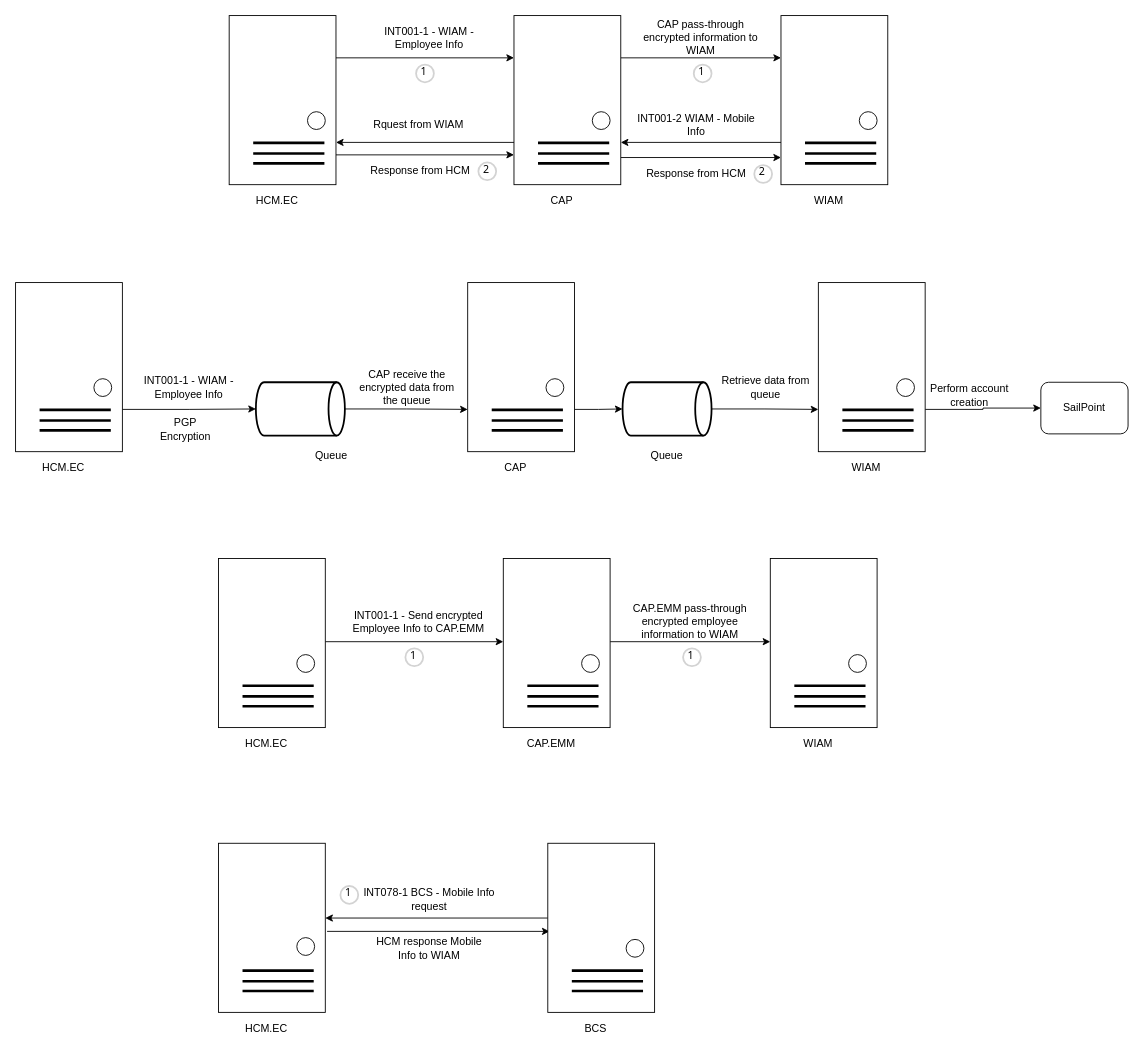
This is page "INT001-1" (2 of 21) of Untitled Diagram.drawio from wsxad234/flowchart, a draw.io file, before an edit. Source tidied: cells renumbered, new cells numbered last; positions are measured from the earlier drawing's top-left corner, leaving out a move shared by most shapes. Both pictures are drawn from the tidied source at 89%, with x=0, y=0 at pixel (15, 15).
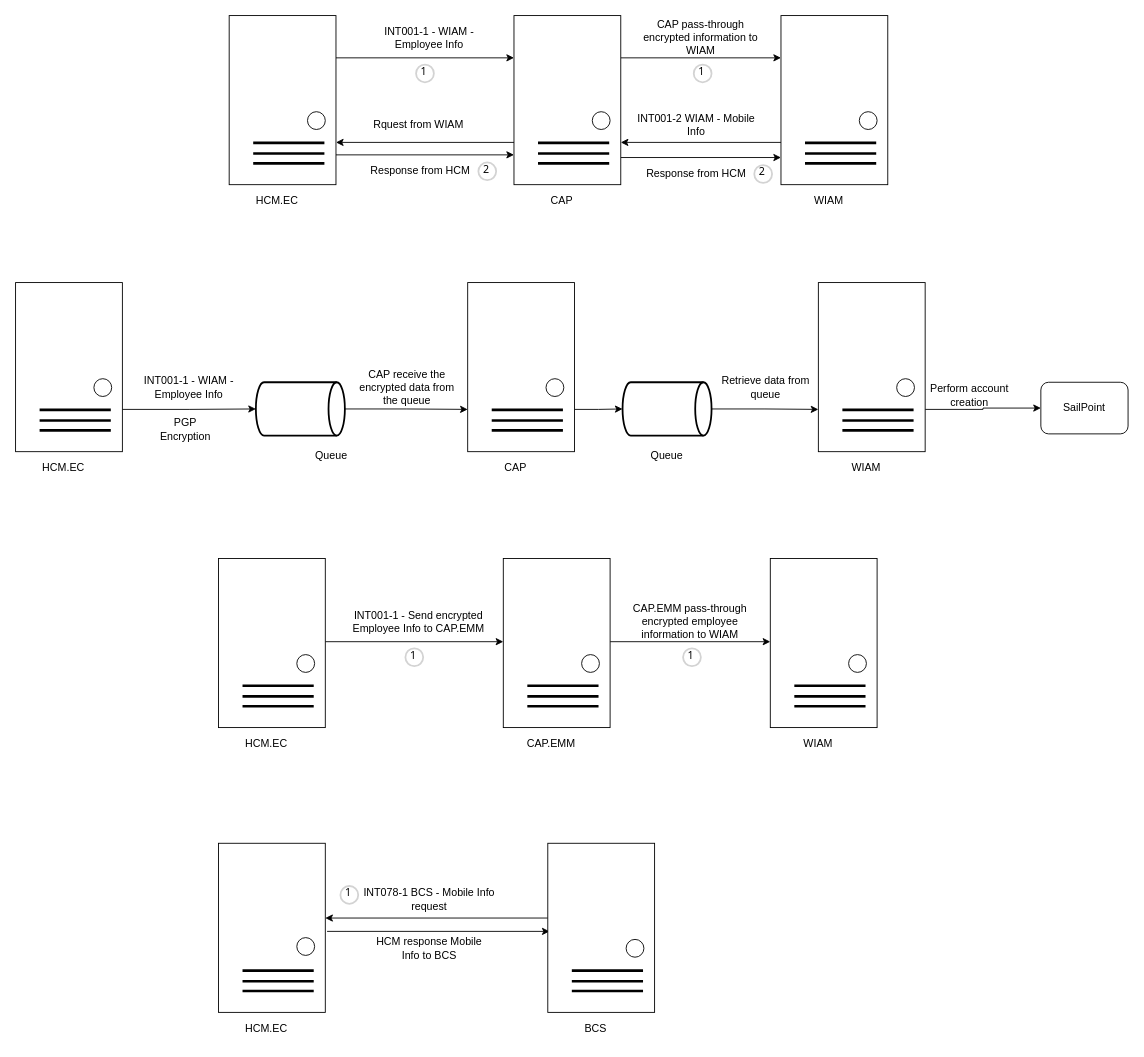
Above is the later version.

Diff of the diagram source:
```diff
@@
-    <mxCell id="108" value="HCM response Mobile Info to WIAM" style="text;html=1;strokeColor=none;fillColor=none;align=center;verticalAlign=middle;whiteSpace=wrap;rounded=0;" parent="1" vertex="1">
+    <mxCell id="108" value="HCM response Mobile Info to BCS" style="text;html=1;strokeColor=none;fillColor=none;align=center;verticalAlign=middle;whiteSpace=wrap;rounded=0;" parent="1" vertex="1">
       <mxGeometry x="400" y="1033" width="130" height="30" as="geometry" />
     </mxCell>
```
